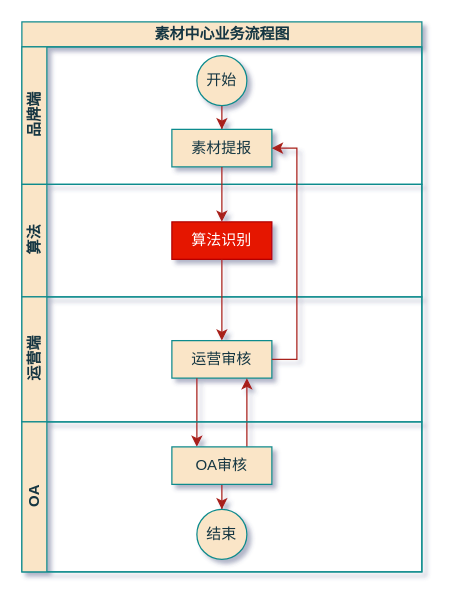
This is 素材智能识别/业务流程图.drawio from numberchc/drawio, a draw.io file, before an edit. Source tidied: cells renumbered, new cells numbered last; positions are measured from the earlier drawing's top-left corner, leaving out a move shared by most shapes. Both pictures are drawn from the tidied source at 125%, with x=0, y=0 at pixel (21, 21).
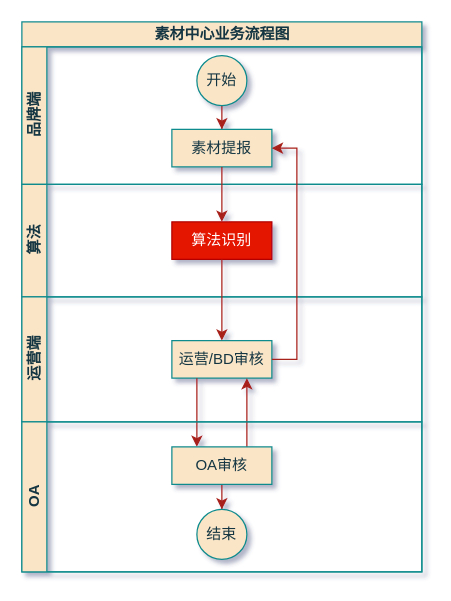
After the change.

Commit message:
更新业务流程图.drawio

Change to the diagram source:
```diff
@@
 <mxGraphModel shadow="1">
   <root>
     <mxCell id="0" />
     <mxCell id="1" parent="0" />
     <mxCell id="2" value="素材中心业务流程图" style="swimlane;horizontal=1;startSize=20;html=1;labelBackgroundColor=none;fillColor=#FAE5C7;strokeColor=#0F8B8D;fontColor=#143642;" parent="1" vertex="1">
       <mxGeometry width="320" height="440" as="geometry" />
     </mxCell>
     <mxCell id="3" value="品牌端" style="swimlane;startSize=20;horizontal=0;html=1;labelBackgroundColor=none;fillColor=#FAE5C7;strokeColor=#0F8B8D;fontColor=#143642;" parent="2" vertex="1">
       <mxGeometry y="20" width="320" height="110" as="geometry" />
     </mxCell>
     <mxCell id="4" style="edgeStyle=orthogonalEdgeStyle;rounded=0;jettySize=auto;html=1;exitX=0.5;exitY=1;exitDx=0;exitDy=0;labelBackgroundColor=none;strokeColor=#A8201A;fontColor=default;" parent="3" edge="1" source="5" target="6">
       <mxGeometry relative="1" as="geometry" />
     </mxCell>
     <mxCell id="5" value="开始" style="ellipse;whiteSpace=wrap;html=1;labelBackgroundColor=none;fillColor=#FAE5C7;strokeColor=#0F8B8D;fontColor=#143642;" parent="3" vertex="1">
       <mxGeometry x="140" y="7" width="40" height="40" as="geometry" />
     </mxCell>
     <mxCell id="6" value="素材提报" style="rounded=0;whiteSpace=wrap;html=1;glass=0;sketch=0;labelBackgroundColor=none;fillColor=#FAE5C7;strokeColor=#0F8B8D;fontColor=#143642;" parent="3" vertex="1">
       <mxGeometry x="120" y="66" width="80" height="30" as="geometry" />
     </mxCell>
     <mxCell id="7" value="算法" style="swimlane;startSize=20;horizontal=0;html=1;labelBackgroundColor=none;fillColor=#FAE5C7;strokeColor=#0F8B8D;fontColor=#143642;" parent="2" vertex="1">
       <mxGeometry y="130" width="320" height="90" as="geometry" />
     </mxCell>
     <mxCell id="8" value="算法识别" style="rounded=0;whiteSpace=wrap;html=1;glass=0;sketch=0;labelBackgroundColor=none;fillColor=#e51400;strokeColor=#B20000;fontColor=#ffffff;" parent="7" vertex="1">
       <mxGeometry x="120" y="30" width="80" height="30" as="geometry" />
     </mxCell>
     <mxCell id="9" value="运营端" style="swimlane;startSize=20;horizontal=0;html=1;labelBackgroundColor=none;fillColor=#FAE5C7;strokeColor=#0F8B8D;fontColor=#143642;" parent="2" vertex="1">
       <mxGeometry y="220" width="320" height="100" as="geometry" />
     </mxCell>
-    <mxCell id="10" value="运营审核" style="rounded=0;whiteSpace=wrap;html=1;glass=0;sketch=0;labelBackgroundColor=none;fillColor=#FAE5C7;strokeColor=#0F8B8D;fontColor=#143642;" parent="9" vertex="1">
+    <mxCell id="10" value="运营/BD审核" style="rounded=0;whiteSpace=wrap;html=1;glass=0;sketch=0;labelBackgroundColor=none;fillColor=#FAE5C7;strokeColor=#0F8B8D;fontColor=#143642;" parent="9" vertex="1">
       <mxGeometry x="120" y="35" width="80" height="30" as="geometry" />
     </mxCell>
     <mxCell id="11" style="edgeStyle=orthogonalEdgeStyle;rounded=0;jettySize=auto;html=1;exitX=0.5;exitY=1;exitDx=0;exitDy=0;labelBackgroundColor=none;strokeColor=#A8201A;fontColor=default;" parent="2" edge="1" source="6" target="8">
       <mxGeometry relative="1" as="geometry" />
     </mxCell>
     <mxCell id="12" style="edgeStyle=orthogonalEdgeStyle;rounded=0;jettySize=auto;html=1;exitX=0.5;exitY=1;exitDx=0;exitDy=0;entryX=0.5;entryY=0;entryDx=0;entryDy=0;labelBackgroundColor=none;strokeColor=#A8201A;fontColor=default;" parent="2" edge="1" source="8" target="10">
       <mxGeometry relative="1" as="geometry" />
     </mxCell>
     <mxCell id="13" style="edgeStyle=orthogonalEdgeStyle;rounded=0;jettySize=auto;html=1;exitX=1;exitY=0.5;exitDx=0;exitDy=0;entryX=1;entryY=0.5;entryDx=0;entryDy=0;labelBackgroundColor=none;strokeColor=#A8201A;fontColor=default;" parent="2" edge="1" source="10" target="6">
       <mxGeometry relative="1" as="geometry" />
     </mxCell>
     <mxCell id="14" style="edgeStyle=orthogonalEdgeStyle;rounded=0;jettySize=auto;html=1;exitX=0.25;exitY=1;exitDx=0;exitDy=0;entryX=0.25;entryY=0;entryDx=0;entryDy=0;labelBackgroundColor=none;strokeColor=#A8201A;fontColor=default;" parent="2" edge="1" source="10" target="18">
       <mxGeometry relative="1" as="geometry" />
     </mxCell>
     <mxCell id="15" style="edgeStyle=orthogonalEdgeStyle;rounded=0;jettySize=auto;html=1;exitX=0.75;exitY=0;exitDx=0;exitDy=0;entryX=0.75;entryY=1;entryDx=0;entryDy=0;labelBackgroundColor=none;strokeColor=#A8201A;fontColor=default;" parent="2" edge="1" source="18" target="10">
       <mxGeometry relative="1" as="geometry" />
     </mxCell>
     <mxCell id="16" value="OA" style="swimlane;startSize=20;horizontal=0;html=1;labelBackgroundColor=none;fillColor=#FAE5C7;strokeColor=#0F8B8D;fontColor=#143642;" parent="2" vertex="1">
       <mxGeometry y="320" width="320" height="120" as="geometry" />
     </mxCell>
     <mxCell id="17" style="edgeStyle=orthogonalEdgeStyle;rounded=0;jettySize=auto;html=1;strokeColor=#A8201A;fontColor=#143642;fillColor=#FAE5C7;" parent="16" edge="1" source="18" target="19">
       <mxGeometry relative="1" as="geometry" />
     </mxCell>
     <mxCell id="18" value="OA审核" style="rounded=0;whiteSpace=wrap;html=1;glass=0;sketch=0;labelBackgroundColor=none;fillColor=#FAE5C7;strokeColor=#0F8B8D;fontColor=#143642;" parent="16" vertex="1">
       <mxGeometry x="120" y="20" width="80" height="30" as="geometry" />
     </mxCell>
     <mxCell id="19" value="结束" style="ellipse;whiteSpace=wrap;html=1;labelBackgroundColor=none;fillColor=#FAE5C7;strokeColor=#0F8B8D;fontColor=#143642;" parent="16" vertex="1">
       <mxGeometry x="140" y="70" width="40" height="40" as="geometry" />
     </mxCell>
   </root>
 </mxGraphModel>
```
